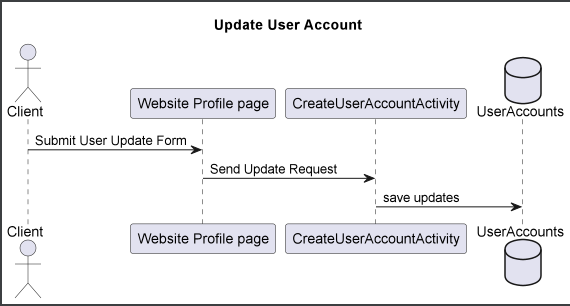
BloomTechBackend/bd-team-project-support-zebra keeps this PlantUML diagram as project_documents/images/design_document/updateUserAccount.PNG. Above is the earlier version. Its source is kept beside it as project_documents/SequenceDiagrams/UpdateUserAccount.puml.
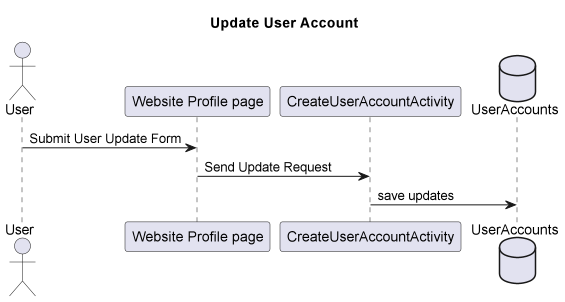
The same diagram one commit later.

Commit message:
added design document image and edited sequence diagram

Change to the diagram source:
```diff
@@ -1,7 +1,7 @@
 @startuml
 
 title Update User Account
-actor Client as c
+actor User as c
 participant "Website Profile page" as wrp
 participant CreateUserAccountActivity as cua
 database UserAccounts
```
